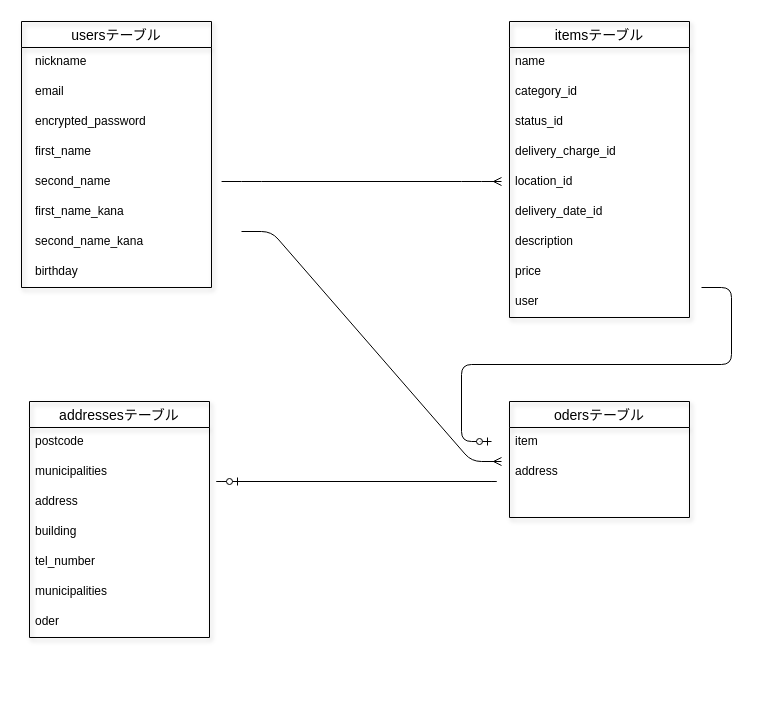
pamapama1/furima-37270 keeps this draw.io diagram as ER.dio. Above is the earlier version. Source tidied: cells renumbered, new cells numbered last; positions are measured from the earlier drawing's top-left corner, leaving out a move shared by most shapes. Both pictures are drawn from the tidied source at 100%, with x=0, y=0 at pixel (21, 21).
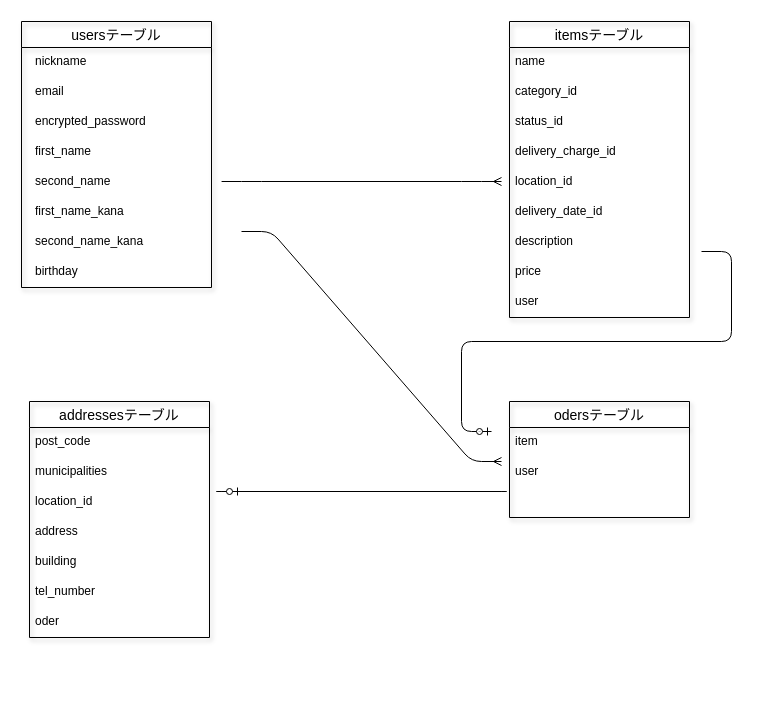
Above is the later version.

The change refers to these unchanged cells:
```xml
<mxCell id="25" value="odersテーブル" style="swimlane;fontStyle=0;horizontal=1;startSize=26;align=center;fontSize=14;shadow=1;strokeColor=default;fillColor=none;" parent="24" vertex="1">
  <mxGeometry x="8" width="180" height="116" as="geometry" />
</mxCell>
<mxCell id="30" value="addressesテーブル" style="swimlane;fontStyle=0;horizontal=1;startSize=26;align=center;fontSize=14;shadow=1;strokeColor=default;fillColor=none;" parent="29" vertex="1">
  <mxGeometry x="8" width="180" height="236" as="geometry" />
</mxCell>
```

The edit, as a diff of the source:
```diff
@@
-    <mxCell id="27" value="address" style="text;strokeColor=none;fillColor=none;spacingLeft=4;spacingRight=4;overflow=hidden;fontSize=12;shadow=1;" parent="25" vertex="1">
+    <mxCell id="27" value="user" style="text;strokeColor=none;fillColor=none;spacingLeft=4;spacingRight=4;overflow=hidden;fontSize=12;shadow=1;" parent="25" vertex="1">
       <mxGeometry y="56" width="180" height="30" as="geometry" />
     </mxCell>
@@
-    <mxCell id="31" value="postcode" style="text;strokeColor=none;fillColor=none;spacingLeft=4;spacingRight=4;overflow=hidden;fontSize=12;shadow=1;" parent="30" vertex="1">
+    <mxCell id="31" value="post_code" style="text;strokeColor=none;fillColor=none;spacingLeft=4;spacingRight=4;overflow=hidden;fontSize=12;shadow=1;" parent="30" vertex="1">
       <mxGeometry y="26" width="180" height="30" as="geometry" />
     </mxCell>
@@
-    <mxCell id="33" value="address" style="text;strokeColor=none;fillColor=none;spacingLeft=4;spacingRight=4;overflow=hidden;fontSize=12;shadow=1;" parent="30" vertex="1">
+    <mxCell id="33" value="location_id" style="text;strokeColor=none;fillColor=none;spacingLeft=4;spacingRight=4;overflow=hidden;fontSize=12;shadow=1;" parent="30" vertex="1">
       <mxGeometry y="86" width="180" height="30" as="geometry" />
     </mxCell>
-    <mxCell id="34" value="building" style="text;strokeColor=none;fillColor=none;spacingLeft=4;spacingRight=4;overflow=hidden;fontSize=12;shadow=1;" parent="30" vertex="1">
+    <mxCell id="34" value="address" style="text;strokeColor=none;fillColor=none;spacingLeft=4;spacingRight=4;overflow=hidden;fontSize=12;shadow=1;" parent="30" vertex="1">
       <mxGeometry y="116" width="180" height="30" as="geometry" />
     </mxCell>
-    <mxCell id="35" value="tel_number" style="text;strokeColor=none;fillColor=none;spacingLeft=4;spacingRight=4;overflow=hidden;fontSize=12;shadow=1;" parent="30" vertex="1">
+    <mxCell id="35" value="building" style="text;strokeColor=none;fillColor=none;spacingLeft=4;spacingRight=4;overflow=hidden;fontSize=12;shadow=1;" parent="30" vertex="1">
       <mxGeometry y="146" width="180" height="30" as="geometry" />
     </mxCell>
-    <mxCell id="36" value="municipalities" style="text;strokeColor=none;fillColor=none;spacingLeft=4;spacingRight=4;overflow=hidden;fontSize=12;shadow=1;" parent="30" vertex="1">
+    <mxCell id="36" value="tel_number" style="text;strokeColor=none;fillColor=none;spacingLeft=4;spacingRight=4;overflow=hidden;fontSize=12;shadow=1;" parent="30" vertex="1">
       <mxGeometry y="176" width="180" height="30" as="geometry" />
     </mxCell>
@@
     <mxCell id="39" style="edgeStyle=entityRelationEdgeStyle;fontSize=12;html=1;endArrow=ERzeroToOne;endFill=1;targetPerimeterSpacing=0;strokeWidth=1;" parent="1" edge="1">
       <mxGeometry relative="1" as="geometry">
-        <mxPoint x="450" y="460" as="sourcePoint" />
-        <mxPoint x="220" y="460" as="targetPoint" />
+        <mxPoint x="460" y="470" as="sourcePoint" />
+        <mxPoint x="220" y="470" as="targetPoint" />
       </mxGeometry>
     </mxCell>
     <mxCell id="40" style="edgeStyle=entityRelationEdgeStyle;fontSize=12;html=1;endArrow=ERzeroToOne;endFill=1;targetPerimeterSpacing=0;strokeWidth=1;" parent="1" edge="1">
       <mxGeometry relative="1" as="geometry">
-        <mxPoint x="680" y="266" as="sourcePoint" />
-        <mxPoint x="470" y="420" as="targetPoint" />
+        <mxPoint x="680" y="230" as="sourcePoint" />
+        <mxPoint x="470" y="410" as="targetPoint" />
       </mxGeometry>
     </mxCell>
```
